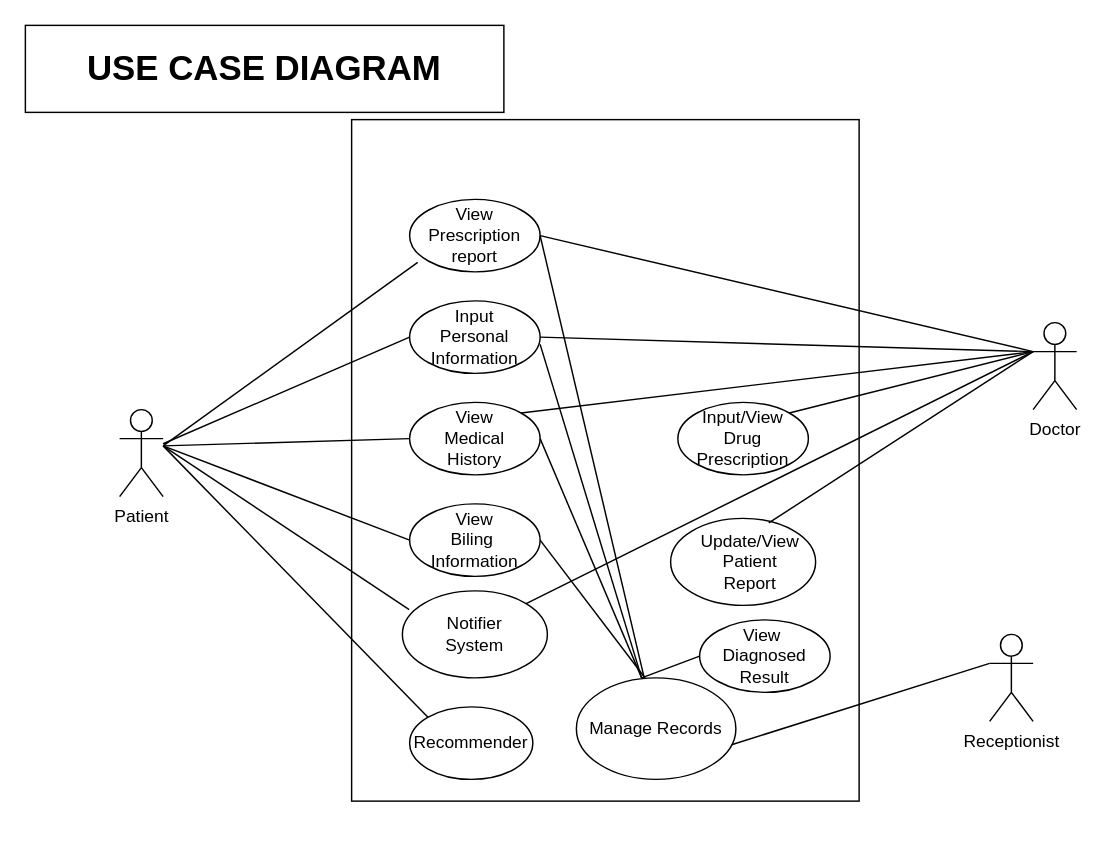
Before: page "Page-1" (1 of 2) of PRS.drawio in ajit-pandey/koukicons_flutter, a draw.io diagram. Source tidied: cells renumbered, new cells numbered last; positions are measured from the earlier drawing's top-left corner, leaving out a move shared by most shapes. Both pictures are drawn from the tidied source at 145%, with x=0, y=0 at pixel (25, 25).
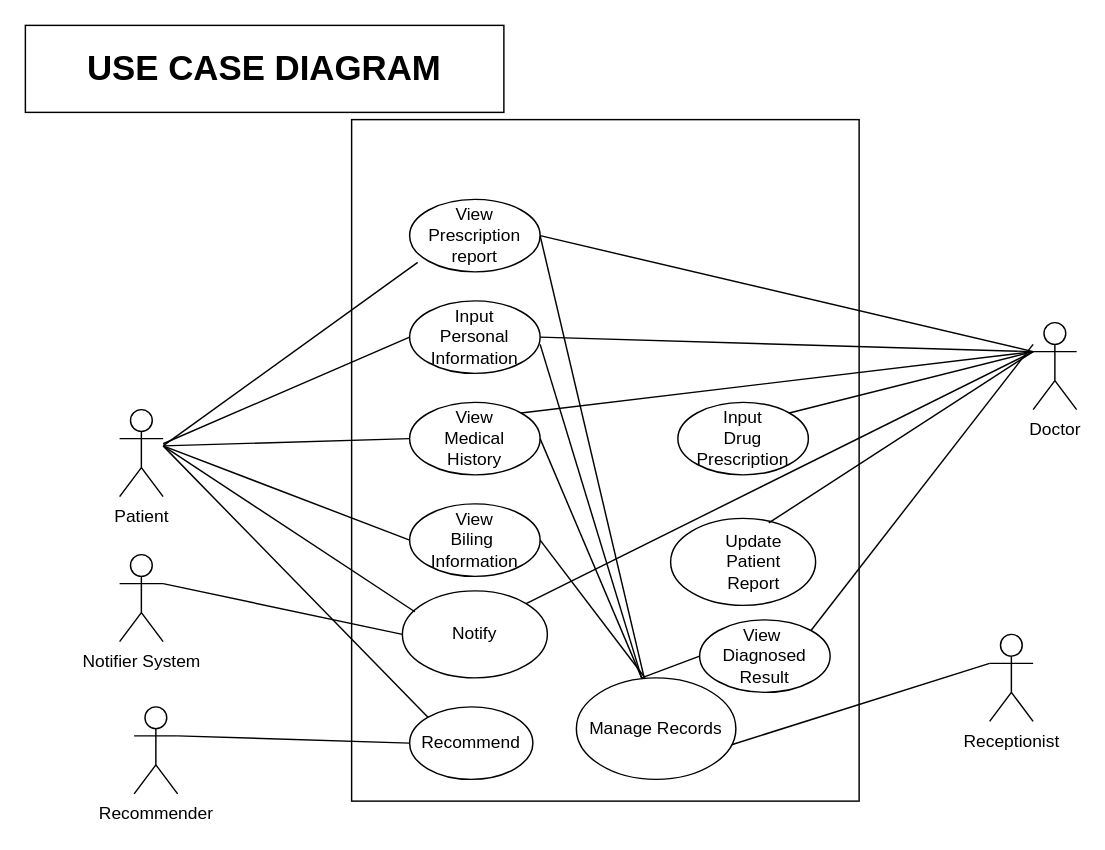
The same page after the edit.

The change refers to these unchanged cells:
```xml
<mxCell id="12" style="ellipse;whiteSpace=wrap;html=1;" parent="1" vertex="1">
  <mxGeometry x="465" y="410" width="90" height="50" as="geometry" />
</mxCell>
<mxCell id="29" style="ellipse;whiteSpace=wrap;html=1;" parent="1" vertex="1">
  <mxGeometry x="260" y="390" width="100" height="60" as="geometry" />
</mxCell>
```

Diff of the diagram source:
```diff
@@
-    <mxCell id="16" value="Input/View&lt;br&gt;Drug&lt;br&gt;Prescription" style="text;html=1;strokeColor=none;fillColor=none;align=center;verticalAlign=middle;whiteSpace=wrap;rounded=0;" parent="1" vertex="1">
+    <mxCell id="16" value="Input&lt;br&gt;Drug&lt;br&gt;Prescription" style="text;html=1;strokeColor=none;fillColor=none;align=center;verticalAlign=middle;whiteSpace=wrap;rounded=0;" parent="1" vertex="1">
       <mxGeometry x="475" y="275" width="40" height="20" as="geometry" />
     </mxCell>
-    <mxCell id="17" value="Update/View&lt;br&gt;Patient&lt;br&gt;Report" style="text;html=1;strokeColor=none;fillColor=none;align=center;verticalAlign=middle;whiteSpace=wrap;rounded=0;" parent="1" vertex="1">
-      <mxGeometry x="480" y="360" width="40" height="20" as="geometry" />
+    <mxCell id="17" value="Update&lt;br&gt;Patient&lt;br&gt;Report" style="text;html=1;strokeColor=none;fillColor=none;align=center;verticalAlign=middle;whiteSpace=wrap;rounded=0;" parent="1" vertex="1">
+      <mxGeometry x="480" y="360" width="45" height="20" as="geometry" />
     </mxCell>
@@
-    <mxCell id="30" value="Notifier&lt;br&gt;System" style="text;html=1;strokeColor=none;fillColor=none;align=center;verticalAlign=middle;whiteSpace=wrap;rounded=0;" parent="1" vertex="1">
+    <mxCell id="30" value="Notify" style="text;html=1;strokeColor=none;fillColor=none;align=center;verticalAlign=middle;whiteSpace=wrap;rounded=0;" parent="1" vertex="1">
       <mxGeometry x="290" y="410" width="40" height="20" as="geometry" />
     </mxCell>
-    <mxCell id="31" style="endArrow=none;html=1;entryX=0.047;entryY=0.216;entryDx=0;entryDy=0;entryPerimeter=0;" parent="1" edge="1" target="29">
+    <mxCell id="31" style="endArrow=none;html=1;entryX=0.086;entryY=0.24;entryDx=0;entryDy=0;entryPerimeter=0;" parent="1" edge="1" target="29">
       <mxGeometry relative="1" as="geometry">
         <mxPoint x="95" y="290" as="sourcePoint" />
       </mxGeometry>
     </mxCell>
-    <mxCell id="32" value="Recommender" style="ellipse;whiteSpace=wrap;html=1;" parent="1" vertex="1">
+    <mxCell id="32" value="Recommend" style="ellipse;whiteSpace=wrap;html=1;" parent="1" vertex="1">
       <mxGeometry x="265" y="470" width="85" height="50" as="geometry" />
     </mxCell>
@@
+    <mxCell id="43" style="endArrow=none;html=1;exitX=1;exitY=0;exitDx=0;exitDy=0;" parent="1" edge="1" source="12">
+      <mxGeometry relative="1" as="geometry">
+        <mxPoint x="695" y="220" as="targetPoint" />
+      </mxGeometry>
+    </mxCell>
+    <mxCell id="44" value="Notifier System" style="shape=umlActor;verticalLabelPosition=bottom;verticalAlign=top;html=1;outlineConnect=0;" parent="1" vertex="1">
+      <mxGeometry x="65" y="365" width="30" height="60" as="geometry" />
+    </mxCell>
+    <mxCell id="45" style="endArrow=none;html=1;exitX=1;exitY=0.3333333333333333;exitDx=0;exitDy=0;exitPerimeter=0;entryX=0;entryY=0.5;entryDx=0;entryDy=0;" parent="1" edge="1" source="44" target="29">
+      <mxGeometry relative="1" as="geometry" />
+    </mxCell>
+    <mxCell id="46" value="Recommender" style="shape=umlActor;verticalLabelPosition=bottom;verticalAlign=top;html=1;outlineConnect=0;" parent="1" vertex="1">
+      <mxGeometry x="75" y="470" width="30" height="60" as="geometry" />
+    </mxCell>
+    <mxCell id="47" style="endArrow=none;html=1;exitX=1;exitY=0.3333333333333333;exitDx=0;exitDy=0;exitPerimeter=0;entryX=0;entryY=0.5;entryDx=0;entryDy=0;" parent="1" edge="1" source="46" target="32">
+      <mxGeometry relative="1" as="geometry" />
+    </mxCell>
```
